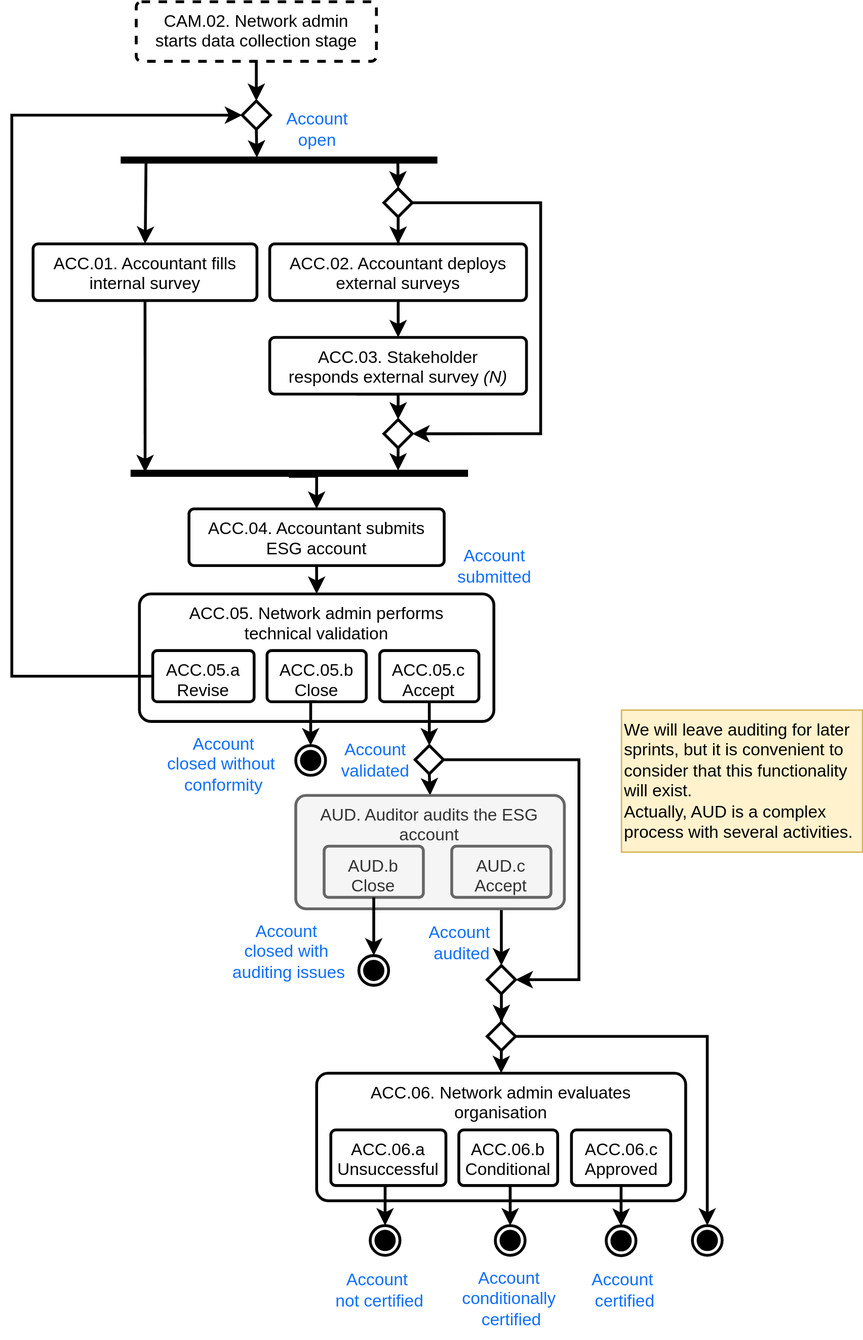
Before: Process/ProcessACC.svg, a diagram exported from draw.io (Show-your-Heart/ShowYourHeart-docs). Source tidied: cells renumbered, new cells last; positions are measured from the earlier drawing's top-left corner, leaving out a move shared by most shapes.
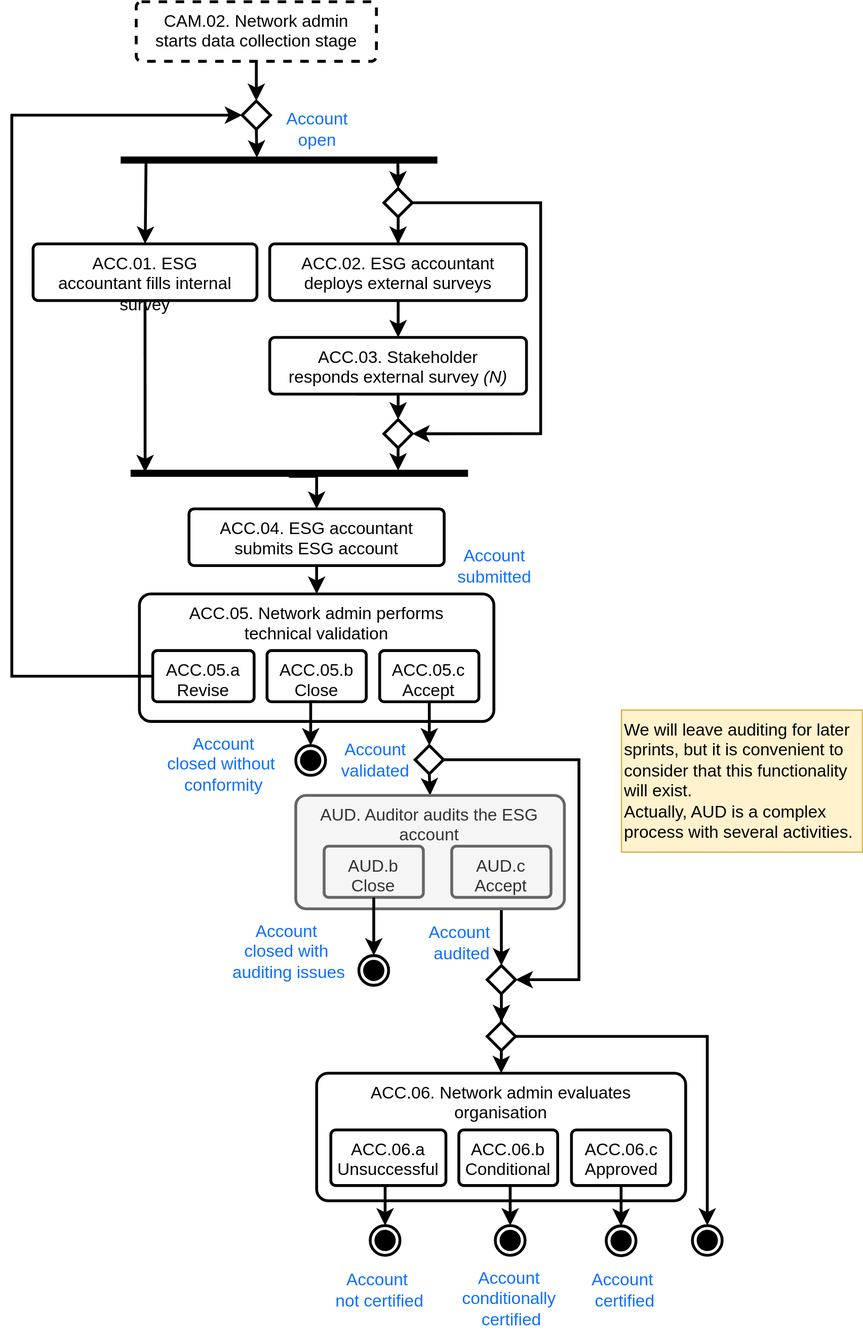
Above is the later version.

The edit, as a diff of the source:
```diff
@@ -14,10 +14,10 @@
     <mxCell id="5" style="edgeStyle=orthogonalEdgeStyle;rounded=0;jettySize=auto;html=1;strokeWidth=2;" parent="1" edge="1" source="6" target="21">
       <mxGeometry relative="1" as="geometry" />
     </mxCell>
-    <mxCell id="6" value="ACC.02. Accountant deploys external surveys" style="rounded=1;whiteSpace=wrap;html=1;shadow=0;verticalAlign=top;spacingLeft=10;spacingRight=10;arcSize=9;strokeWidth=2;" parent="1" vertex="1">
+    <mxCell id="6" value="ACC.02.&amp;nbsp;ESG accountant deploys external surveys" style="rounded=1;whiteSpace=wrap;html=1;shadow=0;verticalAlign=top;spacingLeft=10;spacingRight=10;arcSize=9;strokeWidth=2;" parent="1" vertex="1">
       <mxGeometry x="181.9" y="170.8" width="181.1" height="40" as="geometry" />
     </mxCell>
-    <mxCell id="7" value="ACC.04. Accountant submits ESG account" style="rounded=1;whiteSpace=wrap;html=1;shadow=0;verticalAlign=top;spacingLeft=10;spacingRight=10;arcSize=9;strokeWidth=2;" parent="1" vertex="1">
+    <mxCell id="7" value="ACC.04.&amp;nbsp;ESG accountant submits ESG account" style="rounded=1;whiteSpace=wrap;html=1;shadow=0;verticalAlign=top;spacingLeft=10;spacingRight=10;arcSize=9;strokeWidth=2;" parent="1" vertex="1">
       <mxGeometry x="125" y="357.8" width="180" height="40" as="geometry" />
     </mxCell>
     <mxCell id="8" style="edgeStyle=orthogonalEdgeStyle;rounded=0;jumpStyle=sharp;jettySize=auto;html=1;exitX=0.5;exitY=1;exitDx=0;exitDy=0;strokeWidth=2;entryX=0.359;entryY=0.957;entryDx=0;entryDy=0;entryPerimeter=0;" parent="1" edge="1" source="20" target="13">
@@ -65,7 +65,7 @@
         </Array>
       </mxGeometry>
     </mxCell>
-    <mxCell id="20" value="ACC.01. Accountant fills internal survey " style="rounded=1;whiteSpace=wrap;html=1;shadow=0;verticalAlign=top;spacingLeft=10;spacingRight=10;arcSize=9;strokeWidth=2;" parent="1" vertex="1">
+    <mxCell id="20" value="ACC.01. ESG accountant fills internal survey " style="rounded=1;whiteSpace=wrap;html=1;shadow=0;verticalAlign=top;spacingLeft=10;spacingRight=10;arcSize=9;strokeWidth=2;" parent="1" vertex="1">
       <mxGeometry x="15" y="170.8" width="157.9" height="40" as="geometry" />
     </mxCell>
     <mxCell id="21" value="ACC.03. Stakeholder responds external survey &lt;i&gt;(N)&lt;/i&gt;" style="rounded=1;whiteSpace=wrap;html=1;shadow=0;verticalAlign=top;spacingLeft=10;spacingRight=10;arcSize=9;strokeWidth=2;" parent="1" vertex="1">
```
